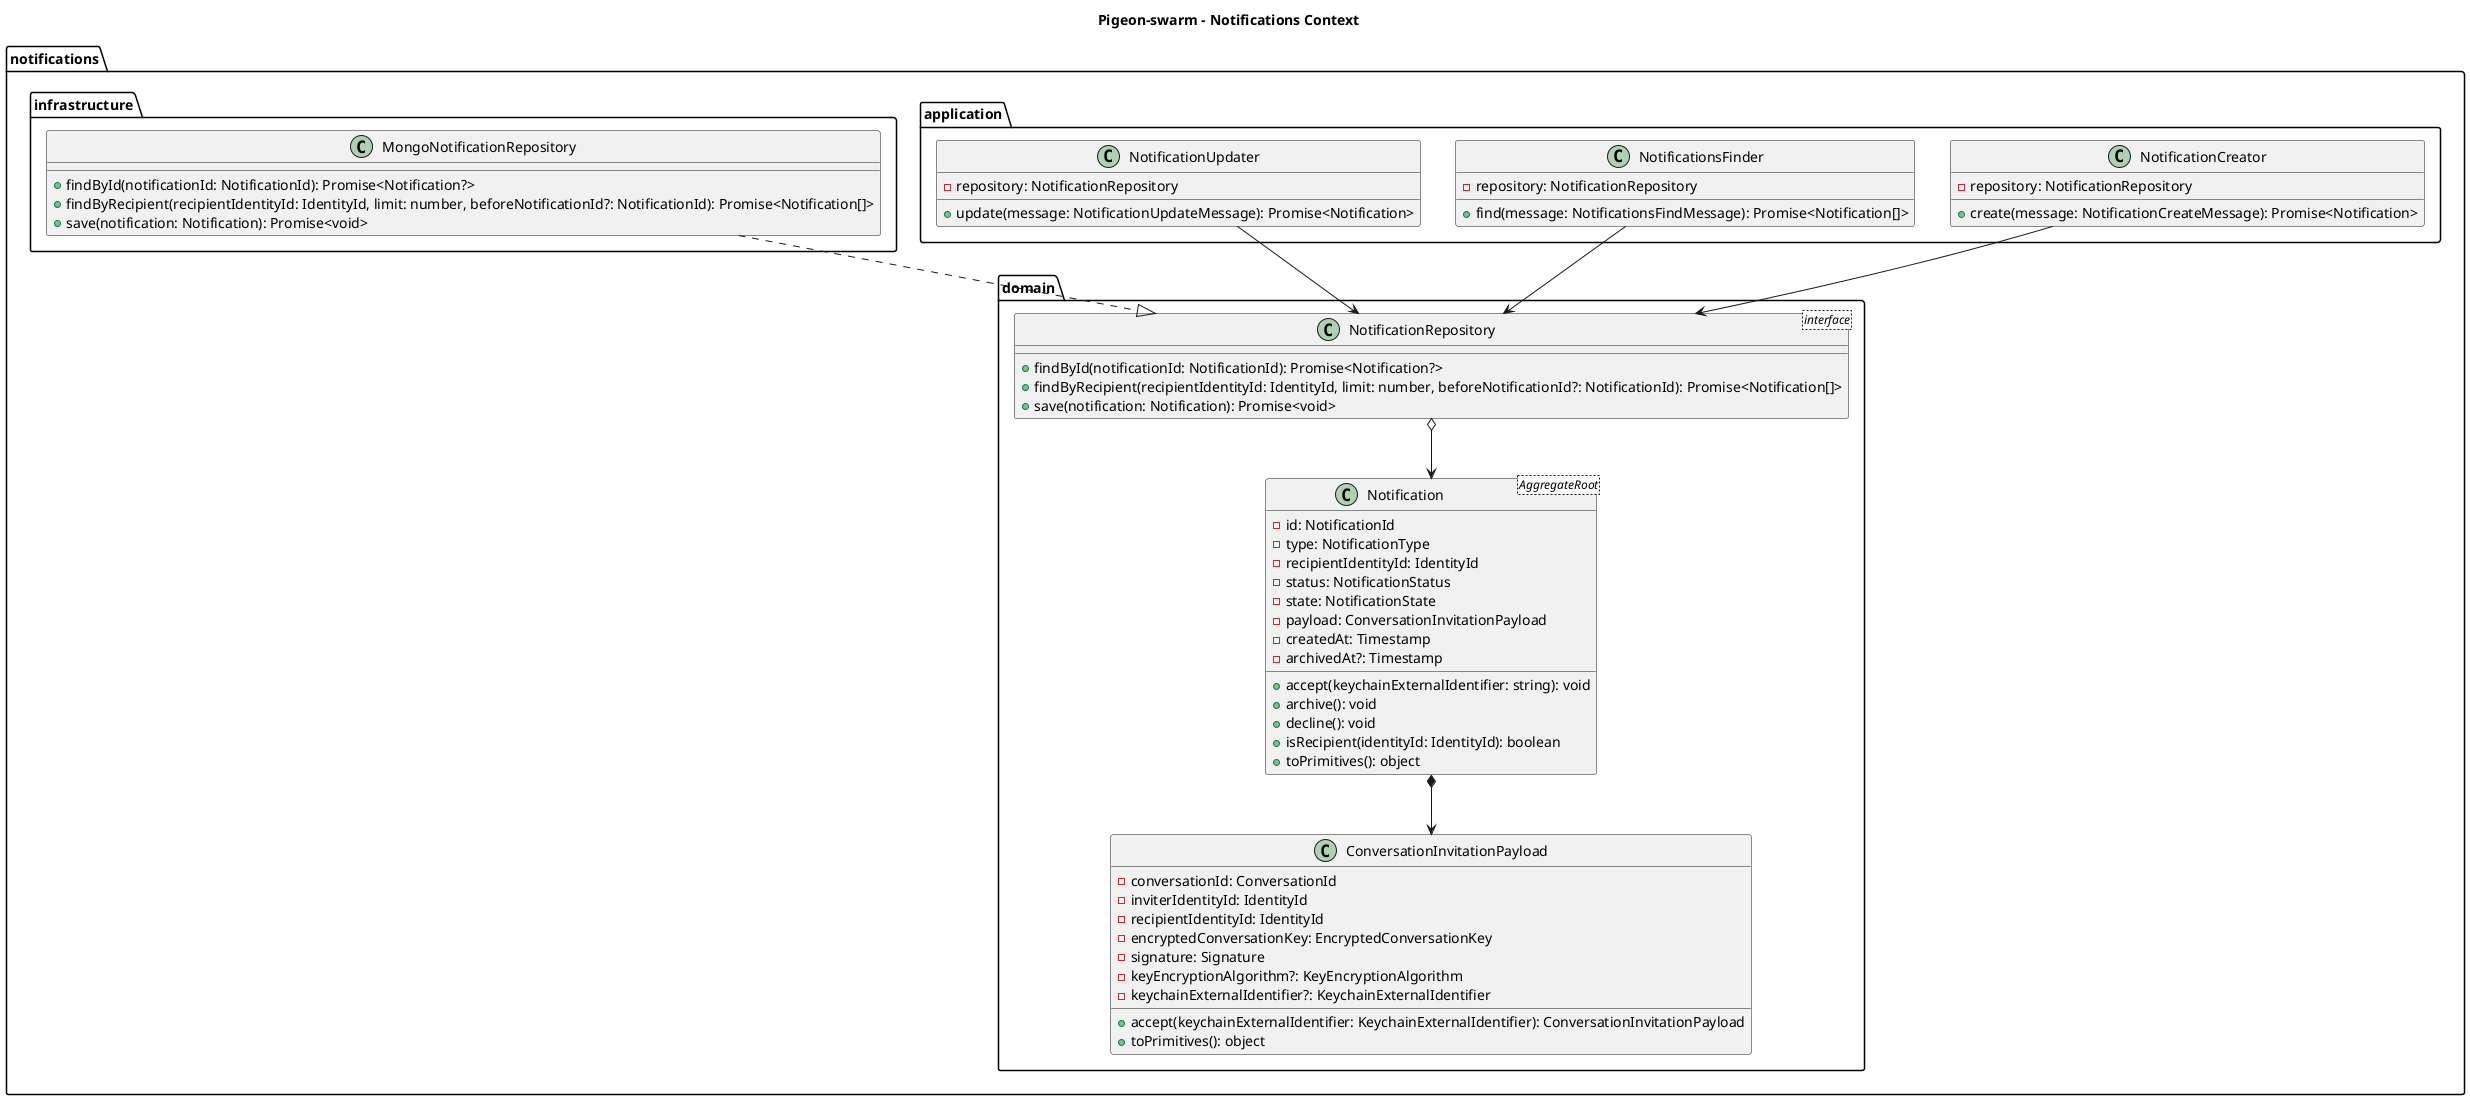
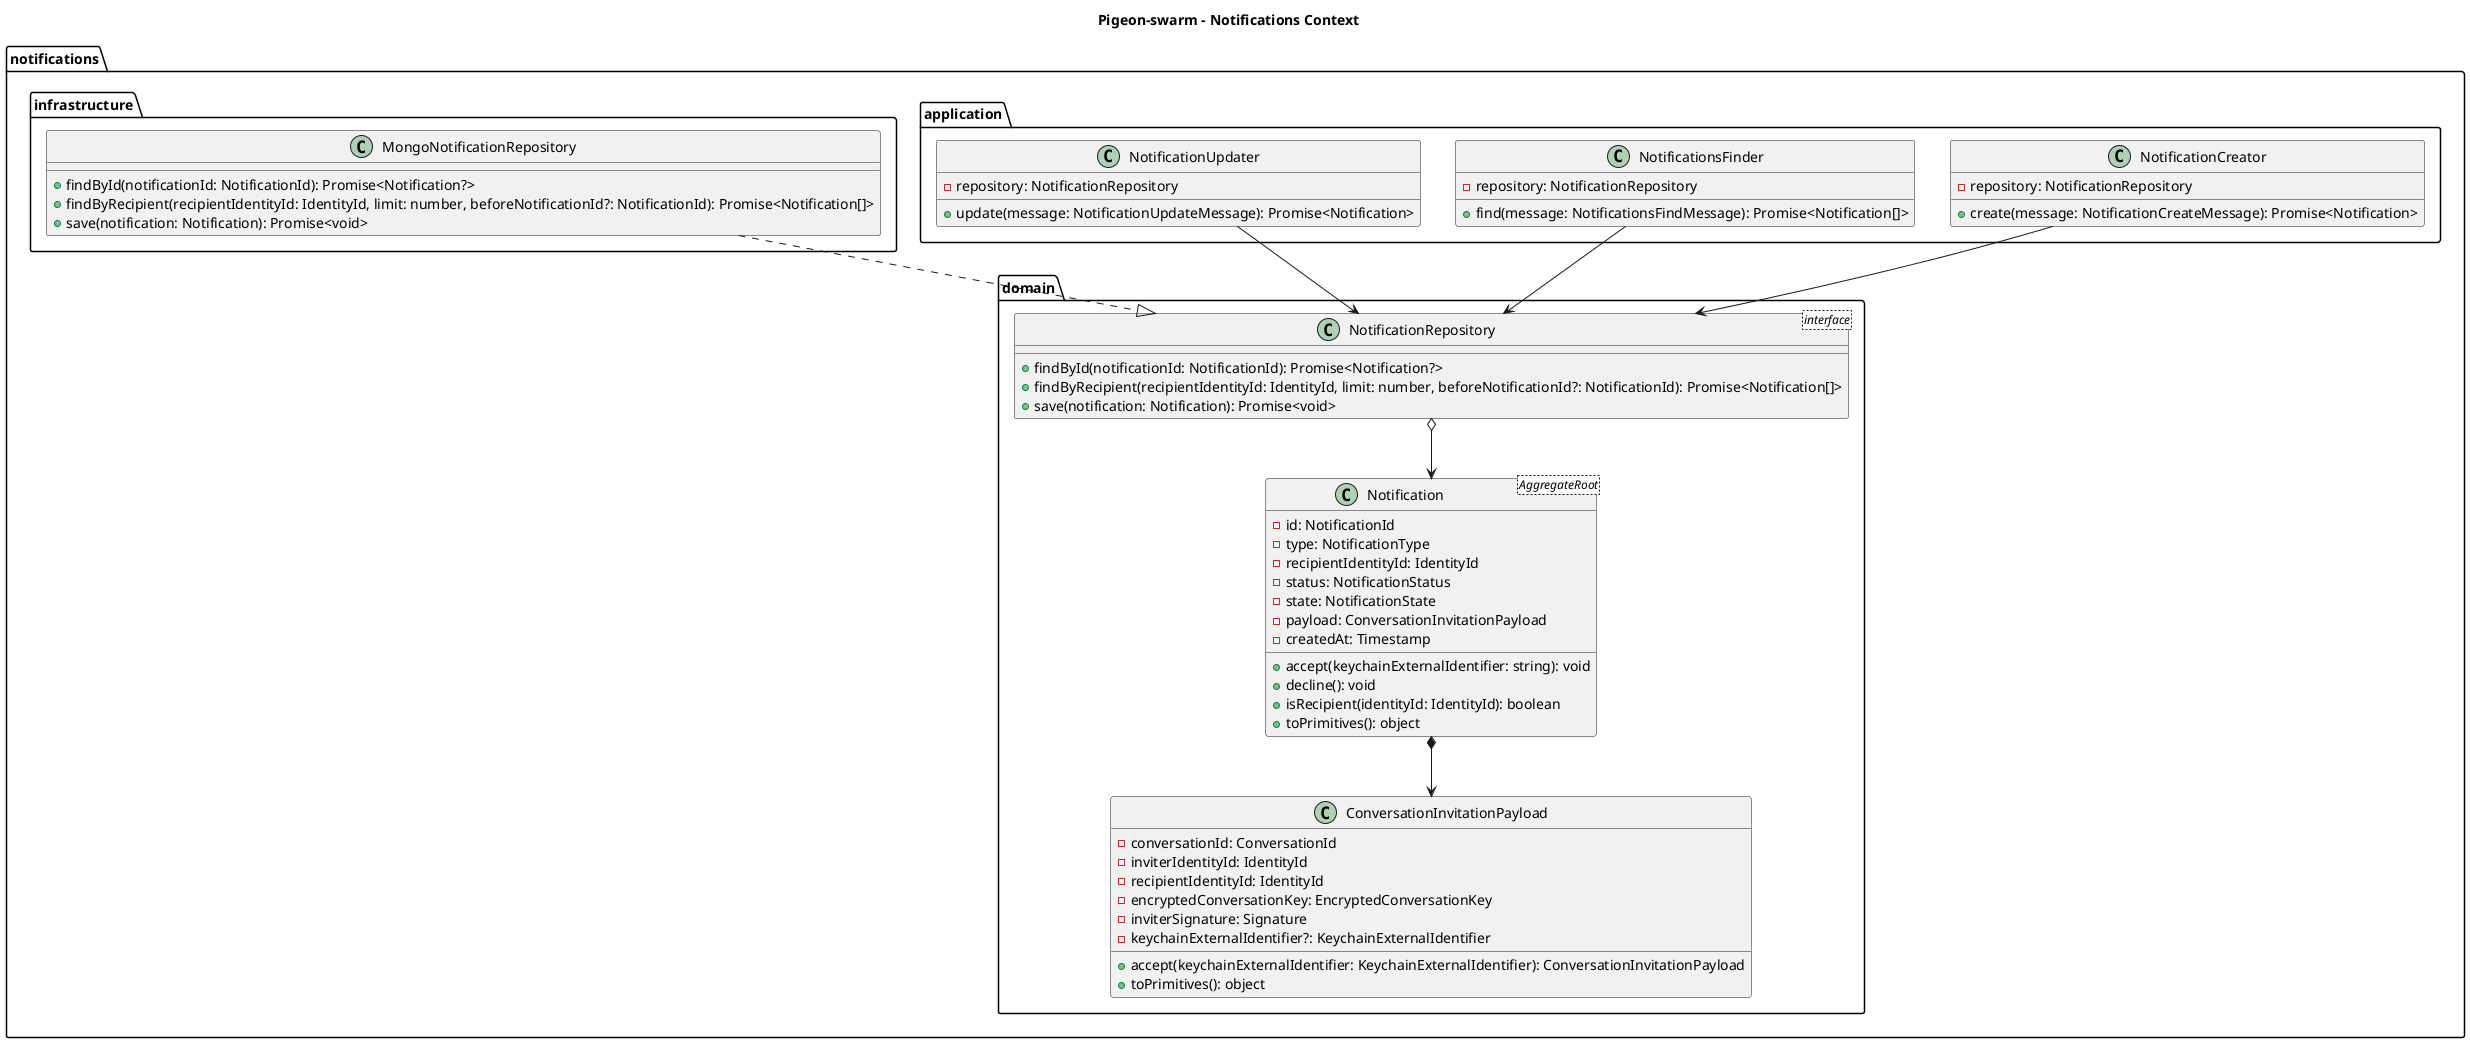
@startuml

title Pigeon-swarm - Notifications Context

package "notifications" {
  package "domain" {
    class Notification <AggregateRoot> {
      -id: NotificationId
      -type: NotificationType
      -recipientIdentityId: IdentityId
      -status: NotificationStatus
      -state: NotificationState
      -payload: ConversationInvitationPayload
      -createdAt: Timestamp
-       -archivedAt?: Timestamp
      +accept(keychainExternalIdentifier: string): void
-       +archive(): void
      +decline(): void
      +isRecipient(identityId: IdentityId): boolean
      +toPrimitives(): object
    }

    class ConversationInvitationPayload {
      -conversationId: ConversationId
      -inviterIdentityId: IdentityId
      -recipientIdentityId: IdentityId
      -encryptedConversationKey: EncryptedConversationKey
-       -signature: Signature
-       -keyEncryptionAlgorithm?: KeyEncryptionAlgorithm
+       -inviterSignature: Signature
      -keychainExternalIdentifier?: KeychainExternalIdentifier
      +accept(keychainExternalIdentifier: KeychainExternalIdentifier): ConversationInvitationPayload
      +toPrimitives(): object
    }

    class NotificationRepository <interface> {
      +findById(notificationId: NotificationId): Promise<Notification?>
      +findByRecipient(recipientIdentityId: IdentityId, limit: number, beforeNotificationId?: NotificationId): Promise<Notification[]>
      +save(notification: Notification): Promise<void>
    }

    Notification *--> ConversationInvitationPayload
    NotificationRepository o--> Notification
  }

  package "application" {
    class NotificationCreator {
      -repository: NotificationRepository
      +create(message: NotificationCreateMessage): Promise<Notification>
    }

    class NotificationsFinder {
      -repository: NotificationRepository
      +find(message: NotificationsFindMessage): Promise<Notification[]>
    }

    class NotificationUpdater {
      -repository: NotificationRepository
      +update(message: NotificationUpdateMessage): Promise<Notification>
    }

    NotificationCreator --> NotificationRepository
    NotificationsFinder --> NotificationRepository
    NotificationUpdater --> NotificationRepository
  }

  package "infrastructure" {
    class MongoNotificationRepository {
      +findById(notificationId: NotificationId): Promise<Notification?>
      +findByRecipient(recipientIdentityId: IdentityId, limit: number, beforeNotificationId?: NotificationId): Promise<Notification[]>
      +save(notification: Notification): Promise<void>
    }

    MongoNotificationRepository ..|> NotificationRepository
  }
}

@enduml
